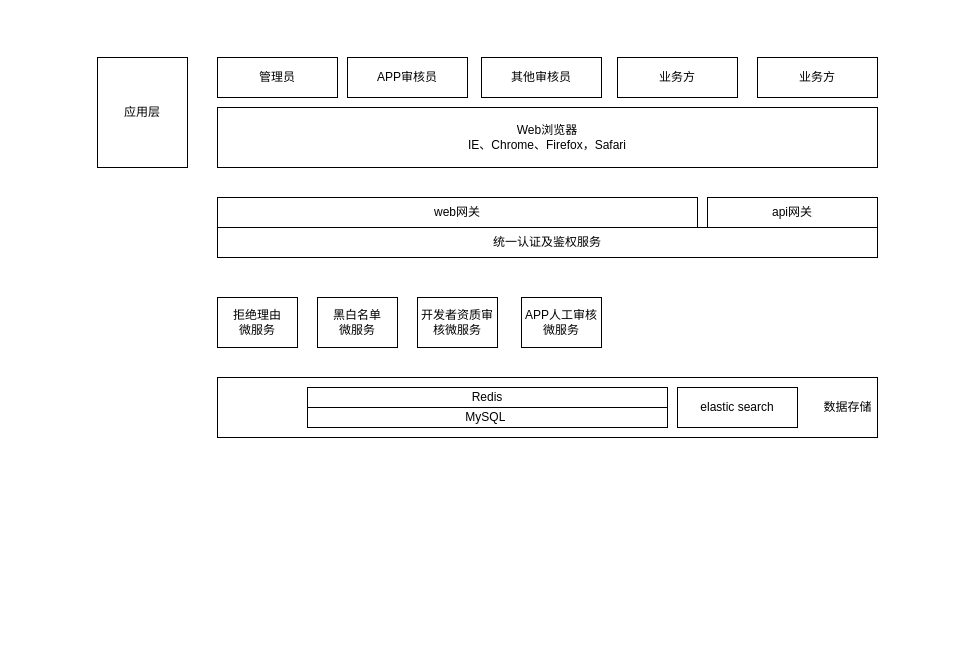
wangerg/drawl keeps this draw.io diagram as page "第 1 页" (1 of 2) of 开题报告.drawio. Above is the earlier version. Source tidied: cells renumbered, new cells numbered last; positions are measured from the earlier drawing's top-left corner, leaving out a move shared by most shapes. Both pictures are drawn from the tidied source at 100%, with x=0, y=0 at pixel (97, 57).
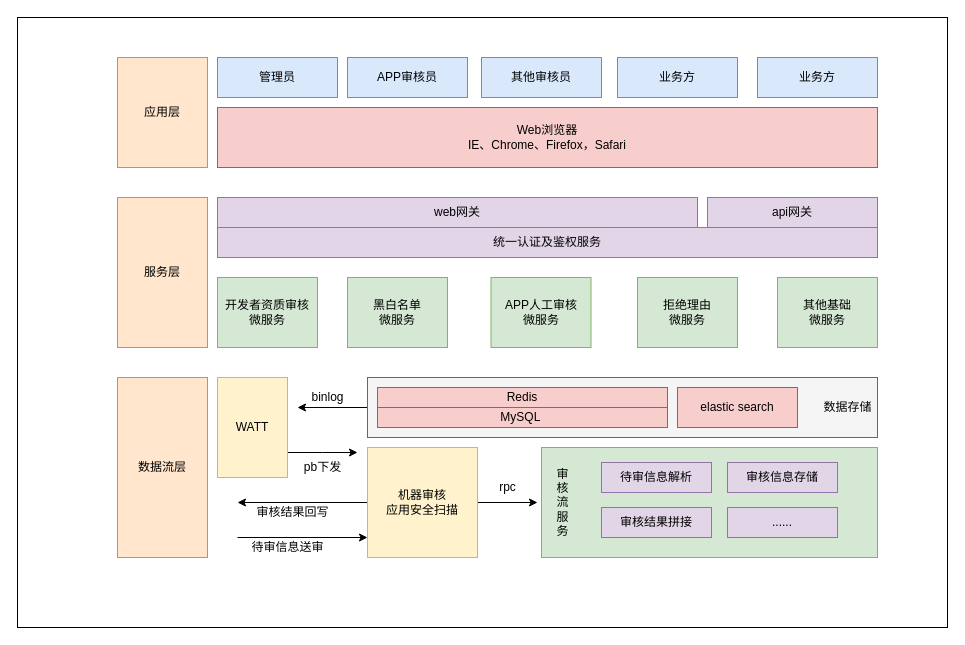
The same page after the edit.

What changed in the source:
```diff
@@
+    <mxCell id="21" style="rounded=0;whiteSpace=wrap;html=1;" parent="1" vertex="1">
+      <mxGeometry x="-80" y="-40" width="930" height="610" as="geometry" />
+    </mxCell>
+    <mxCell id="22" style="rounded=0;whiteSpace=wrap;html=1;fillColor=#d5e8d4;strokeColor=#82b366;" parent="1" vertex="1">
+      <mxGeometry x="444" y="390" width="336" height="110" as="geometry" />
+    </mxCell>
+    <mxCell id="23" style="edgeStyle=orthogonalEdgeStyle;rounded=0;jettySize=auto;html=1;exitX=0;exitY=0.5;exitDx=0;exitDy=0;" parent="1" edge="1" source="2">
+      <mxGeometry relative="1" as="geometry">
+        <mxPoint x="200" y="350" as="targetPoint" />
+      </mxGeometry>
+    </mxCell>
-    <mxCell id="2" style="rounded=0;whiteSpace=wrap;html=1;" parent="1" vertex="1">
-      <mxGeometry x="120" y="320" width="660" height="60" as="geometry" />
+    <mxCell id="2" style="rounded=0;whiteSpace=wrap;html=1;fillColor=#f5f5f5;fontColor=#333333;strokeColor=#666666;" parent="1" vertex="1">
+      <mxGeometry x="270" y="320" width="510" height="60" as="geometry" />
     </mxCell>
-    <mxCell id="3" value="Web浏览器&lt;br&gt;IE、Chrome、Firefox，Safari" style="rounded=0;whiteSpace=wrap;html=1;" parent="1" vertex="1">
+    <mxCell id="3" value="Web浏览器&lt;br&gt;IE、Chrome、Firefox，Safari" style="rounded=0;whiteSpace=wrap;html=1;fillColor=#f8cecc;strokeColor=#b85450;" parent="1" vertex="1">
       <mxGeometry x="120" y="50" width="660" height="60" as="geometry" />
     </mxCell>
-    <mxCell id="4" value="管理员" style="rounded=0;whiteSpace=wrap;html=1;" parent="1" vertex="1">
+    <mxCell id="4" value="管理员" style="rounded=0;whiteSpace=wrap;html=1;fillColor=#dae8fc;strokeColor=#6c8ebf;" parent="1" vertex="1">
       <mxGeometry x="120" width="120" height="40" as="geometry" />
     </mxCell>
-    <mxCell id="5" value="APP审核员" style="rounded=0;whiteSpace=wrap;html=1;" parent="1" vertex="1">
+    <mxCell id="5" value="APP审核员" style="rounded=0;whiteSpace=wrap;html=1;fillColor=#dae8fc;strokeColor=#6c8ebf;" parent="1" vertex="1">
       <mxGeometry x="250" width="120" height="40" as="geometry" />
     </mxCell>
-    <mxCell id="6" value="其他审核员" style="rounded=0;whiteSpace=wrap;html=1;" parent="1" vertex="1">
+    <mxCell id="6" value="其他审核员" style="rounded=0;whiteSpace=wrap;html=1;fillColor=#dae8fc;strokeColor=#6c8ebf;" parent="1" vertex="1">
       <mxGeometry x="384" width="120" height="40" as="geometry" />
     </mxCell>
-    <mxCell id="7" value="业务方" style="rounded=0;whiteSpace=wrap;html=1;" parent="1" vertex="1">
+    <mxCell id="7" value="业务方" style="rounded=0;whiteSpace=wrap;html=1;fillColor=#dae8fc;strokeColor=#6c8ebf;" parent="1" vertex="1">
       <mxGeometry x="520" width="120" height="40" as="geometry" />
     </mxCell>
-    <mxCell id="8" value="业务方" style="rounded=0;whiteSpace=wrap;html=1;" parent="1" vertex="1">
+    <mxCell id="8" value="业务方" style="rounded=0;whiteSpace=wrap;html=1;fillColor=#dae8fc;strokeColor=#6c8ebf;" parent="1" vertex="1">
       <mxGeometry x="660" width="120" height="40" as="geometry" />
     </mxCell>
-    <mxCell id="9" value="应用层" style="rounded=0;whiteSpace=wrap;html=1;" parent="1" vertex="1">
-      <mxGeometry width="90" height="110" as="geometry" />
+    <mxCell id="9" value="应用层" style="rounded=0;whiteSpace=wrap;html=1;fillColor=#ffe6cc;strokeColor=#d79b00;" parent="1" vertex="1">
+      <mxGeometry x="20" width="90" height="110" as="geometry" />
     </mxCell>
-    <mxCell id="10" value="web网关" style="rounded=0;whiteSpace=wrap;html=1;" parent="1" vertex="1">
+    <mxCell id="10" value="web网关" style="rounded=0;whiteSpace=wrap;html=1;fillColor=#e1d5e7;strokeColor=#9673a6;" parent="1" vertex="1">
       <mxGeometry x="120" y="140" width="480" height="30" as="geometry" />
     </mxCell>
-    <mxCell id="11" value="api网关" style="rounded=0;whiteSpace=wrap;html=1;" parent="1" vertex="1">
+    <mxCell id="11" value="api网关" style="rounded=0;whiteSpace=wrap;html=1;fillColor=#e1d5e7;strokeColor=#9673a6;" parent="1" vertex="1">
       <mxGeometry x="610" y="140" width="170" height="30" as="geometry" />
     </mxCell>
-    <mxCell id="12" value="统一认证及鉴权服务" style="rounded=0;whiteSpace=wrap;html=1;" parent="1" vertex="1">
+    <mxCell id="12" value="统一认证及鉴权服务" style="rounded=0;whiteSpace=wrap;html=1;fillColor=#e1d5e7;strokeColor=#9673a6;" parent="1" vertex="1">
       <mxGeometry x="120" y="170" width="660" height="30" as="geometry" />
     </mxCell>
-    <mxCell id="13" value="拒绝理由&lt;br&gt;微服务" style="rounded=0;whiteSpace=wrap;html=1;" parent="1" vertex="1">
-      <mxGeometry x="120" y="240" width="80" height="50" as="geometry" />
+    <mxCell id="13" value="拒绝理由&lt;br&gt;微服务" style="rounded=0;whiteSpace=wrap;html=1;fillColor=#d5e8d4;strokeColor=#82b366;" parent="1" vertex="1">
+      <mxGeometry x="540" y="220" width="100" height="70" as="geometry" />
     </mxCell>
-    <mxCell id="14" value="黑白名单&lt;br&gt;微服务" style="rounded=0;whiteSpace=wrap;html=1;" parent="1" vertex="1">
-      <mxGeometry x="220" y="240" width="80" height="50" as="geometry" />
+    <mxCell id="14" value="黑白名单&lt;br&gt;微服务" style="rounded=0;whiteSpace=wrap;html=1;fillColor=#d5e8d4;strokeColor=#82b366;" parent="1" vertex="1">
+      <mxGeometry x="250" y="220" width="100" height="70" as="geometry" />
     </mxCell>
-    <mxCell id="15" value="开发者资质审核微服务" style="rounded=0;whiteSpace=wrap;html=1;" parent="1" vertex="1">
-      <mxGeometry x="320" y="240" width="80" height="50" as="geometry" />
+    <mxCell id="15" value="开发者资质审核&lt;br&gt;微服务" style="rounded=0;whiteSpace=wrap;html=1;fillColor=#d5e8d4;strokeColor=#82b366;" parent="1" vertex="1">
+      <mxGeometry x="120" y="220" width="100" height="70" as="geometry" />
     </mxCell>
-    <mxCell id="16" value="APP人工审核微服务" style="rounded=0;whiteSpace=wrap;html=1;" parent="1" vertex="1">
-      <mxGeometry x="424" y="240" width="80" height="50" as="geometry" />
+    <mxCell id="16" value="APP人工审核&lt;br&gt;微服务" style="rounded=0;whiteSpace=wrap;html=1;fillColor=#d5e8d4;strokeColor=#82b366;" parent="1" vertex="1">
+      <mxGeometry x="393.5" y="220" width="100" height="70" as="geometry" />
     </mxCell>
-    <mxCell id="17" value="Redis" style="rounded=0;whiteSpace=wrap;html=1;" parent="1" vertex="1">
-      <mxGeometry x="210" y="330" width="360" height="20" as="geometry" />
+    <mxCell id="17" value="Redis" style="rounded=0;whiteSpace=wrap;html=1;fillColor=#f8cecc;strokeColor=#b85450;" parent="1" vertex="1">
+      <mxGeometry x="280" y="330" width="290" height="20" as="geometry" />
     </mxCell>
-    <mxCell id="18" value="MySQL&amp;nbsp;" style="rounded=0;whiteSpace=wrap;html=1;" parent="1" vertex="1">
-      <mxGeometry x="210" y="350" width="360" height="20" as="geometry" />
+    <mxCell id="18" value="MySQL&amp;nbsp;" style="rounded=0;whiteSpace=wrap;html=1;fillColor=#f8cecc;strokeColor=#b85450;" parent="1" vertex="1">
+      <mxGeometry x="280" y="350" width="290" height="20" as="geometry" />
     </mxCell>
-    <mxCell id="19" value="elastic search" style="rounded=0;whiteSpace=wrap;html=1;" parent="1" vertex="1">
+    <mxCell id="19" value="elastic search" style="rounded=0;whiteSpace=wrap;html=1;fillColor=#f8cecc;strokeColor=#b85450;" parent="1" vertex="1">
       <mxGeometry x="580" y="330" width="120" height="40" as="geometry" />
     </mxCell>
@@
+    <mxCell id="24" value="其他基础&lt;br&gt;微服务" style="rounded=0;whiteSpace=wrap;html=1;fillColor=#d5e8d4;strokeColor=#82b366;" parent="1" vertex="1">
+      <mxGeometry x="680" y="220" width="100" height="70" as="geometry" />
+    </mxCell>
+    <mxCell id="25" style="edgeStyle=orthogonalEdgeStyle;rounded=0;jettySize=auto;html=1;exitX=1;exitY=0.75;exitDx=0;exitDy=0;" parent="1" edge="1" source="26">
+      <mxGeometry relative="1" as="geometry">
+        <mxPoint x="260" y="395" as="targetPoint" />
+      </mxGeometry>
+    </mxCell>
+    <mxCell id="26" value="WATT" style="rounded=0;whiteSpace=wrap;html=1;fillColor=#fff2cc;strokeColor=#d6b656;" parent="1" vertex="1">
+      <mxGeometry x="120" y="320" width="70" height="100" as="geometry" />
+    </mxCell>
+    <mxCell id="27" value="binlog" style="text;html=1;align=center;verticalAlign=middle;strokeColor=none;fillColor=none;" parent="1" vertex="1">
+      <mxGeometry x="205" y="330" width="50" height="20" as="geometry" />
+    </mxCell>
+    <mxCell id="28" style="edgeStyle=orthogonalEdgeStyle;rounded=0;jettySize=auto;html=1;exitX=1;exitY=0.5;exitDx=0;exitDy=0;" parent="1" edge="1" source="30">
+      <mxGeometry relative="1" as="geometry">
+        <mxPoint x="440" y="445" as="targetPoint" />
+        <Array as="points">
+          <mxPoint x="440" y="445" />
+        </Array>
+      </mxGeometry>
+    </mxCell>
+    <mxCell id="29" style="edgeStyle=orthogonalEdgeStyle;rounded=0;jettySize=auto;html=1;exitX=0;exitY=0.5;exitDx=0;exitDy=0;" parent="1" edge="1" source="30">
+      <mxGeometry relative="1" as="geometry">
+        <mxPoint x="140" y="445" as="targetPoint" />
+        <Array as="points">
+          <mxPoint x="140" y="445" />
+        </Array>
+      </mxGeometry>
+    </mxCell>
+    <mxCell id="30" value="机器审核&lt;br&gt;应用安全扫描" style="rounded=0;whiteSpace=wrap;html=1;fillColor=#fff2cc;strokeColor=#d6b656;" parent="1" vertex="1">
+      <mxGeometry x="270" y="390" width="110" height="110" as="geometry" />
+    </mxCell>
+    <mxCell id="31" value="rpc" style="text;html=1;align=center;verticalAlign=middle;strokeColor=none;fillColor=none;" parent="1" vertex="1">
+      <mxGeometry x="395" y="420" width="30" height="20" as="geometry" />
+    </mxCell>
+    <mxCell id="32" style="endArrow=classic;html=1;rounded=0;" parent="1" edge="1">
+      <mxGeometry relative="1" as="geometry">
+        <mxPoint x="140" y="480" as="sourcePoint" />
+        <mxPoint x="270" y="480" as="targetPoint" />
+      </mxGeometry>
+    </mxCell>
+    <mxCell id="33" value="审核结果回写" style="text;html=1;align=center;verticalAlign=middle;strokeColor=none;fillColor=none;" parent="1" vertex="1">
+      <mxGeometry x="150" y="445" width="90" height="20" as="geometry" />
+    </mxCell>
+    <mxCell id="34" value="待审信息送审" style="text;html=1;align=center;verticalAlign=middle;strokeColor=none;fillColor=none;" parent="1" vertex="1">
+      <mxGeometry x="145" y="480" width="90" height="20" as="geometry" />
+    </mxCell>
+    <mxCell id="35" value="pb下发" style="text;html=1;align=center;verticalAlign=middle;strokeColor=none;fillColor=none;" parent="1" vertex="1">
+      <mxGeometry x="200" y="400" width="50" height="20" as="geometry" />
+    </mxCell>
+    <mxCell id="36" value="待审信息解析" style="rounded=0;whiteSpace=wrap;html=1;fillColor=#e1d5e7;strokeColor=#9673a6;" parent="1" vertex="1">
+      <mxGeometry x="504" y="405" width="110" height="30" as="geometry" />
+    </mxCell>
+    <mxCell id="37" value="审核结果拼接" style="rounded=0;whiteSpace=wrap;html=1;fillColor=#e1d5e7;strokeColor=#9673a6;" parent="1" vertex="1">
+      <mxGeometry x="504" y="450" width="110" height="30" as="geometry" />
+    </mxCell>
+    <mxCell id="38" value="......" style="rounded=0;whiteSpace=wrap;html=1;fillColor=#e1d5e7;strokeColor=#9673a6;" parent="1" vertex="1">
+      <mxGeometry x="630" y="450" width="110" height="30" as="geometry" />
+    </mxCell>
+    <mxCell id="39" value="审核信息存储" style="rounded=0;whiteSpace=wrap;html=1;fillColor=#e1d5e7;strokeColor=#9673a6;" parent="1" vertex="1">
+      <mxGeometry x="630" y="405" width="110" height="30" as="geometry" />
+    </mxCell>
+    <mxCell id="40" value="服务层" style="rounded=0;whiteSpace=wrap;html=1;fillColor=#ffe6cc;strokeColor=#d79b00;" parent="1" vertex="1">
+      <mxGeometry x="20" y="140" width="90" height="150" as="geometry" />
+    </mxCell>
+    <mxCell id="41" value="数据流层" style="rounded=0;whiteSpace=wrap;html=1;fillColor=#ffe6cc;strokeColor=#d79b00;" parent="1" vertex="1">
+      <mxGeometry x="20" y="320" width="90" height="180" as="geometry" />
+    </mxCell>
+    <mxCell id="42" value="审&lt;br&gt;核&lt;br&gt;流&lt;br&gt;服&lt;br&gt;务" style="text;html=1;align=center;verticalAlign=middle;strokeColor=none;fillColor=none;rotation=0;" parent="1" vertex="1">
+      <mxGeometry x="450" y="405" width="30" height="80" as="geometry" />
+    </mxCell>
```
